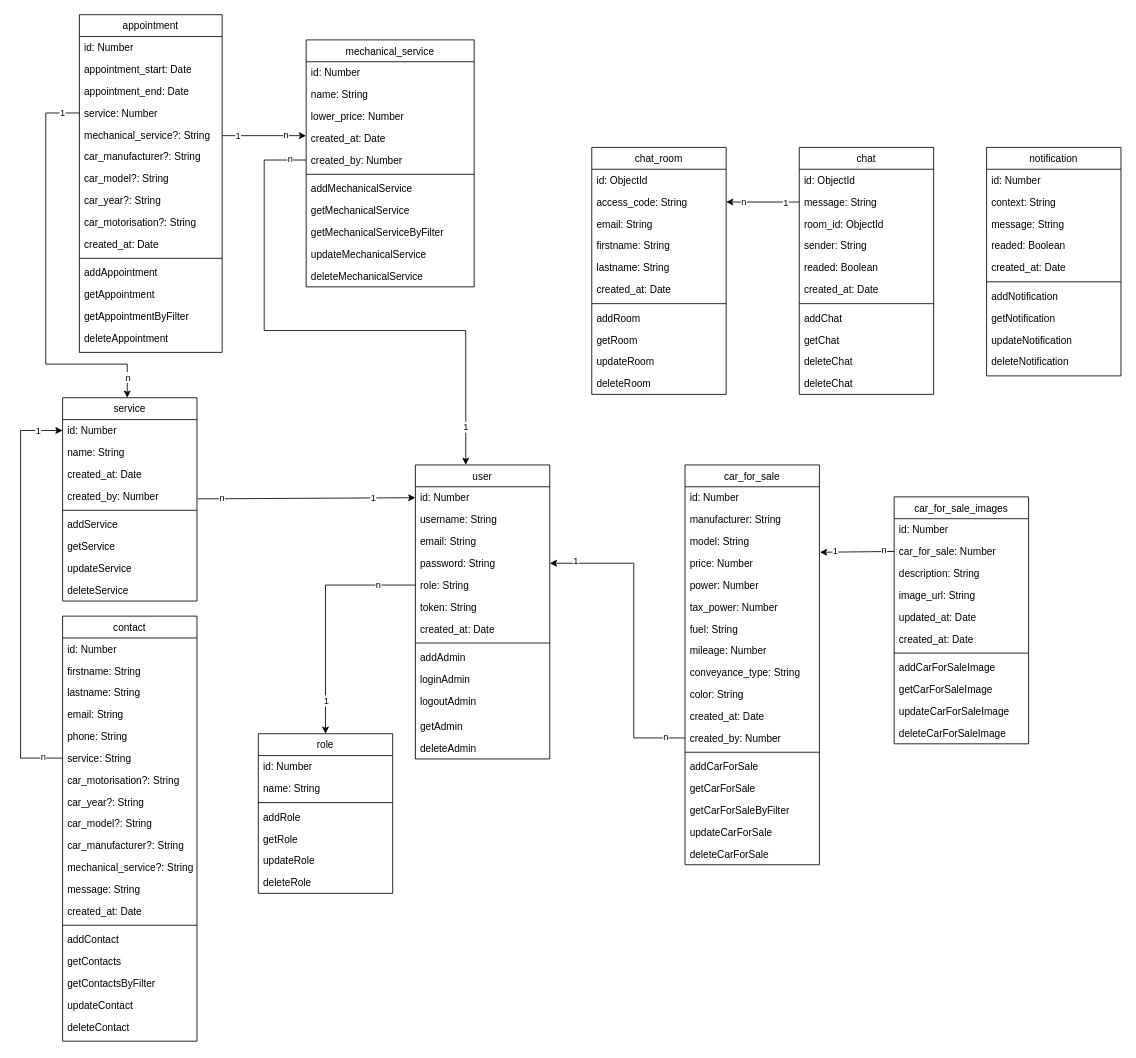
Before: documentation/hephaistos-MCD.drawio in nsevendev/hephaistos, a draw.io diagram. Source tidied: cells renumbered, new cells numbered last; positions are measured from the earlier drawing's top-left corner, leaving out a move shared by most shapes. Both pictures are drawn from the tidied source at 84%, with x=0, y=0 at pixel (20, 14).
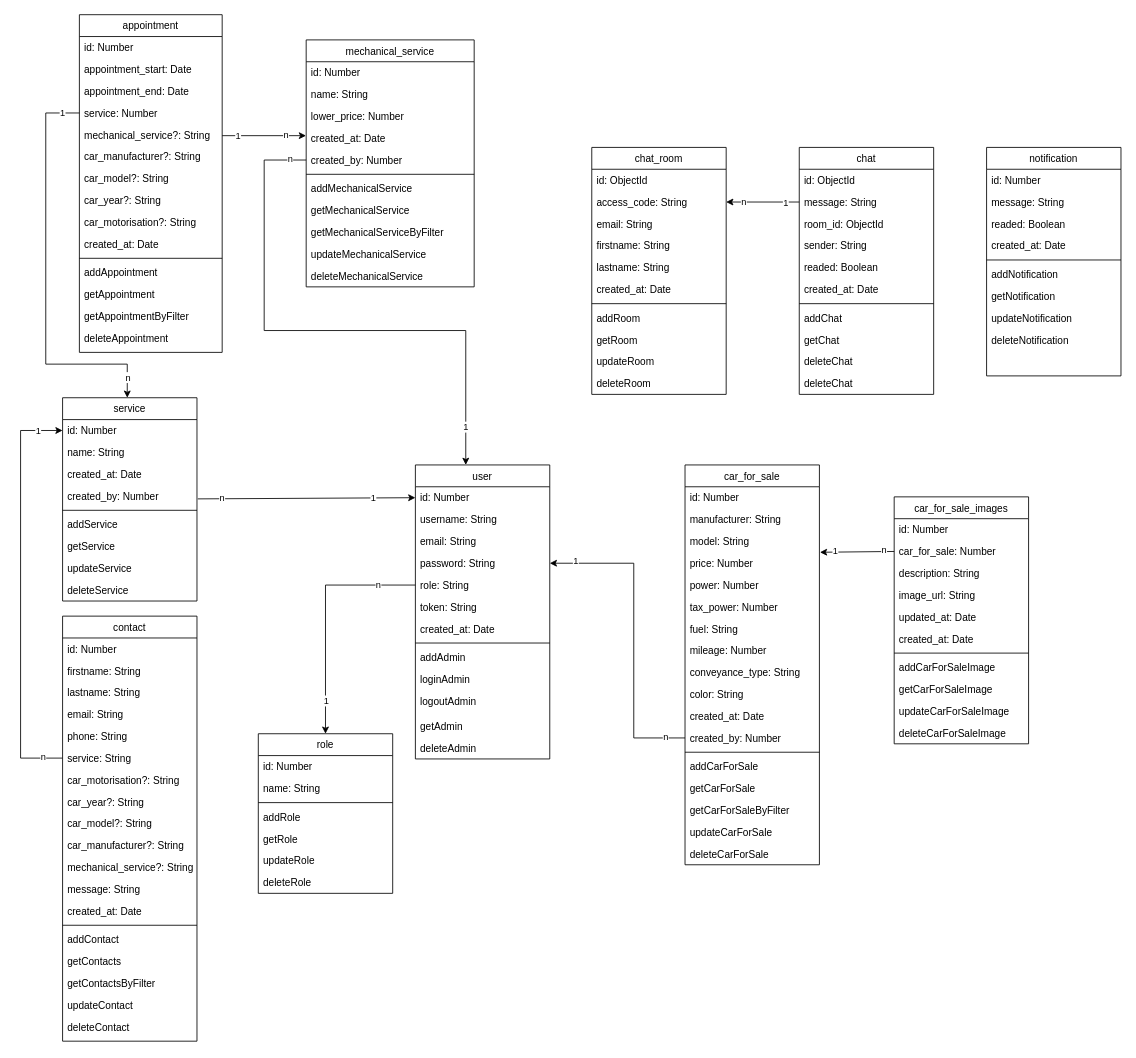
The same diagram, later.

Commit message:
suppression context entity notificiation

The change refers to these unchanged cells:
```xml
<mxCell id="108" value="notification" style="swimlane;fontStyle=0;align=center;verticalAlign=top;horizontal=1;startSize=26;rounded=0;shadow=0;strokeWidth=1;" parent="1" vertex="1">
  <mxGeometry x="1150" y="158" width="160" height="272" as="geometry" />
</mxCell>
```

What changed in the source:
```diff
@@
-    <mxCell id="110" value="context: String" style="text;align=left;verticalAlign=top;spacingLeft=4;spacingRight=4;overflow=hidden;" parent="108" vertex="1">
-      <mxGeometry y="52" width="160" height="26" as="geometry" />
-    </mxCell>
     <mxCell id="111" value="message: String" style="text;align=left;verticalAlign=top;spacingLeft=4;spacingRight=4;overflow=hidden;" parent="108" vertex="1">
-      <mxGeometry y="78" width="160" height="26" as="geometry" />
+      <mxGeometry y="52" width="160" height="26" as="geometry" />
     </mxCell>
     <mxCell id="112" value="readed: Boolean" style="text;align=left;verticalAlign=top;spacingLeft=4;spacingRight=4;overflow=hidden;" parent="108" vertex="1">
-      <mxGeometry y="104" width="160" height="26" as="geometry" />
+      <mxGeometry y="78" width="160" height="26" as="geometry" />
     </mxCell>
     <mxCell id="113" value="created_at: Date" style="text;align=left;verticalAlign=top;spacingLeft=4;spacingRight=4;overflow=hidden;" parent="108" vertex="1">
-      <mxGeometry y="130" width="160" height="26" as="geometry" />
+      <mxGeometry y="104" width="160" height="26" as="geometry" />
     </mxCell>
     <mxCell id="114" style="line;html=1;strokeWidth=1;align=left;verticalAlign=middle;spacingTop=-1;spacingLeft=3;spacingRight=3;labelPosition=right;" parent="108" vertex="1">
-      <mxGeometry y="156" width="160" height="8" as="geometry" />
+      <mxGeometry y="130" width="160" height="8" as="geometry" />
     </mxCell>
     <mxCell id="115" value="addNotification" style="text;align=left;verticalAlign=top;spacingLeft=4;spacingRight=4;overflow=hidden;" parent="108" vertex="1">
-      <mxGeometry y="164" width="160" height="26" as="geometry" />
+      <mxGeometry y="138" width="160" height="26" as="geometry" />
     </mxCell>
     <mxCell id="116" value="getNotification" style="text;align=left;verticalAlign=top;spacingLeft=4;spacingRight=4;overflow=hidden;" parent="108" vertex="1">
-      <mxGeometry y="190" width="160" height="26" as="geometry" />
+      <mxGeometry y="164" width="160" height="26" as="geometry" />
     </mxCell>
     <mxCell id="117" value="updateNotification" style="text;align=left;verticalAlign=top;spacingLeft=4;spacingRight=4;overflow=hidden;" parent="108" vertex="1">
-      <mxGeometry y="216" width="160" height="26" as="geometry" />
+      <mxGeometry y="190" width="160" height="26" as="geometry" />
     </mxCell>
     <mxCell id="118" value="deleteNotification" style="text;align=left;verticalAlign=top;spacingLeft=4;spacingRight=4;overflow=hidden;" parent="108" vertex="1">
-      <mxGeometry y="242" width="160" height="30" as="geometry" />
+      <mxGeometry y="216" width="160" height="30" as="geometry" />
     </mxCell>
```
